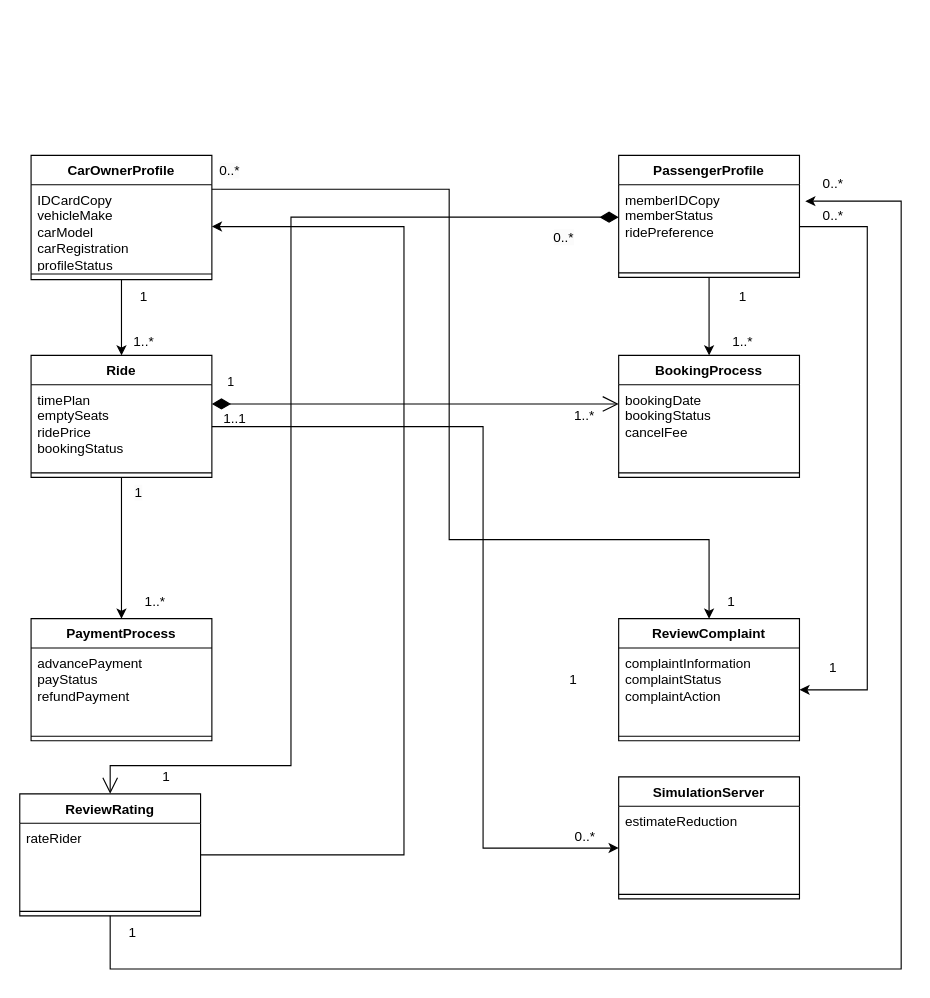
Above: Domain model.drawio in Cluster321/TDDC88 (draw.io), before the change. Source tidied: cells renumbered, new cells numbered last; positions are measured from the earlier drawing's top-left corner, leaving out a move shared by most shapes. Both pictures are drawn from the tidied source at 113%, with x=0, y=0 at pixel (19, 155).
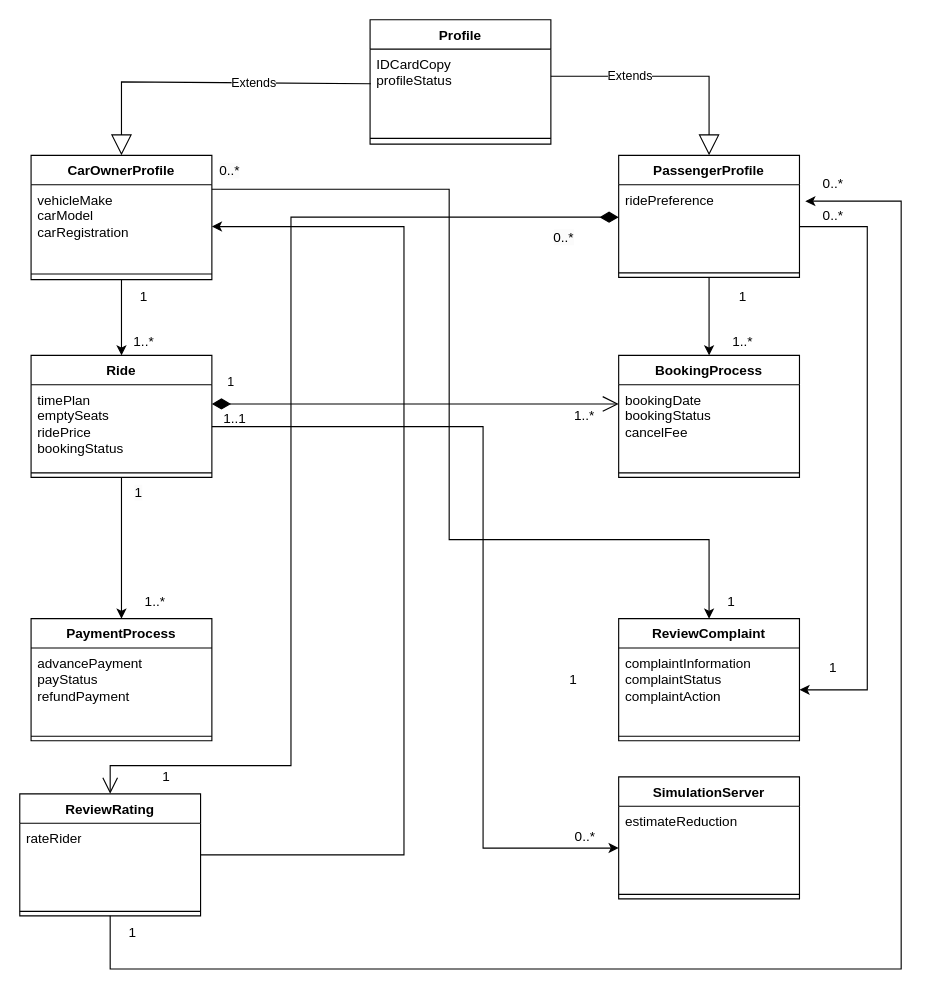
After the change.

Unchanged cells that the change refers to:
```xml
<mxCell id="4" value="CarOwnerProfile" style="swimlane;fontStyle=1;align=center;verticalAlign=top;horizontal=1;startSize=26;whiteSpace=wrap;html=1;" parent="1" vertex="1">
  <mxGeometry x="10" width="160" height="110" as="geometry" />
</mxCell>
<mxCell id="8" value="PassengerProfile" style="swimlane;fontStyle=1;align=center;verticalAlign=top;horizontal=1;startSize=26;whiteSpace=wrap;html=1;" parent="1" vertex="1">
  <mxGeometry x="530" width="160" height="108" as="geometry" />
</mxCell>
```

Change to the diagram source:
```diff
@@
-    <mxCell id="5" value="&lt;div&gt;IDCardCopy&lt;/div&gt;&lt;div&gt;vehicleMake&lt;/div&gt;&lt;div&gt;carModel&lt;/div&gt;&lt;div&gt;carRegistration&lt;/div&gt;&lt;div&gt;profileStatus&lt;/div&gt;" style="text;strokeColor=none;fillColor=none;align=left;verticalAlign=top;spacingLeft=4;spacingRight=4;overflow=hidden;points=[[0,0.5],[1,0.5]];portConstraint=eastwest;whiteSpace=wrap;html=1;" parent="4" vertex="1">
+    <mxCell id="5" value="&lt;div&gt;&lt;span style=&quot;background-color: initial;&quot;&gt;vehicleMake&lt;/span&gt;&lt;br&gt;&lt;/div&gt;&lt;div&gt;carModel&lt;/div&gt;&lt;div&gt;carRegistration&lt;/div&gt;&lt;div&gt;&lt;br&gt;&lt;/div&gt;" style="text;strokeColor=none;fillColor=none;align=left;verticalAlign=top;spacingLeft=4;spacingRight=4;overflow=hidden;points=[[0,0.5],[1,0.5]];portConstraint=eastwest;whiteSpace=wrap;html=1;" parent="4" vertex="1">
       <mxGeometry y="26" width="160" height="74" as="geometry" />
     </mxCell>
@@
-    <mxCell id="9" value="&lt;div&gt;memberIDCopy&lt;/div&gt;&lt;div&gt;memberStatus&lt;/div&gt;&lt;div&gt;ridePreference&lt;/div&gt;&lt;div&gt;&lt;br&gt;&lt;/div&gt;" style="text;strokeColor=none;fillColor=none;align=left;verticalAlign=top;spacingLeft=4;spacingRight=4;overflow=hidden;points=[[0,0.5],[1,0.5]];portConstraint=eastwest;whiteSpace=wrap;html=1;" parent="8" vertex="1">
+    <mxCell id="9" value="&lt;div&gt;&lt;span style=&quot;background-color: initial;&quot;&gt;ridePreference&lt;/span&gt;&lt;/div&gt;&lt;div&gt;&lt;br&gt;&lt;/div&gt;" style="text;strokeColor=none;fillColor=none;align=left;verticalAlign=top;spacingLeft=4;spacingRight=4;overflow=hidden;points=[[0,0.5],[1,0.5]];portConstraint=eastwest;whiteSpace=wrap;html=1;" parent="8" vertex="1">
       <mxGeometry y="26" width="160" height="74" as="geometry" />
     </mxCell>
@@
+    <mxCell id="54" value="Profile" style="swimlane;fontStyle=1;align=center;verticalAlign=top;horizontal=1;startSize=26;whiteSpace=wrap;html=1;" parent="1" vertex="1">
+      <mxGeometry x="310" y="-120" width="160" height="110" as="geometry" />
+    </mxCell>
+    <mxCell id="55" value="&lt;div&gt;IDCardCopy&lt;/div&gt;&lt;div&gt;profileStatus&lt;/div&gt;" style="text;strokeColor=none;fillColor=none;align=left;verticalAlign=top;spacingLeft=4;spacingRight=4;overflow=hidden;points=[[0,0.5],[1,0.5]];portConstraint=eastwest;whiteSpace=wrap;html=1;" parent="54" vertex="1">
+      <mxGeometry y="26" width="160" height="74" as="geometry" />
+    </mxCell>
+    <mxCell id="56" style="line;strokeWidth=1;fillColor=none;align=left;verticalAlign=middle;spacingTop=-1;spacingLeft=3;spacingRight=3;labelPosition=right;strokeColor=inherit;" parent="54" vertex="1">
+      <mxGeometry y="100" width="160" height="10" as="geometry" />
+    </mxCell>
+    <mxCell id="57" value="Extends" style="endArrow=block;endSize=16;endFill=0;html=1;rounded=0;entryX=0.5;entryY=0;entryDx=0;entryDy=0;exitX=0.004;exitY=0.414;exitDx=0;exitDy=0;exitPerimeter=0;" parent="1" edge="1" source="55" target="4">
+      <mxGeometry x="-0.27" relative="1" as="geometry">
+        <Array as="points">
+          <mxPoint x="90" y="-65" />
+        </Array>
+      </mxGeometry>
+    </mxCell>
+    <mxCell id="58" value="Extends" style="endArrow=block;endSize=16;endFill=0;html=1;rounded=0;entryX=0.5;entryY=0;entryDx=0;entryDy=0;" parent="1" edge="1" target="8">
+      <mxGeometry x="-0.33" relative="1" as="geometry">
+        <mxPoint x="470" y="-70" as="sourcePoint" />
+        <Array as="points">
+          <mxPoint x="610" y="-70" />
+        </Array>
+      </mxGeometry>
+    </mxCell>
```
